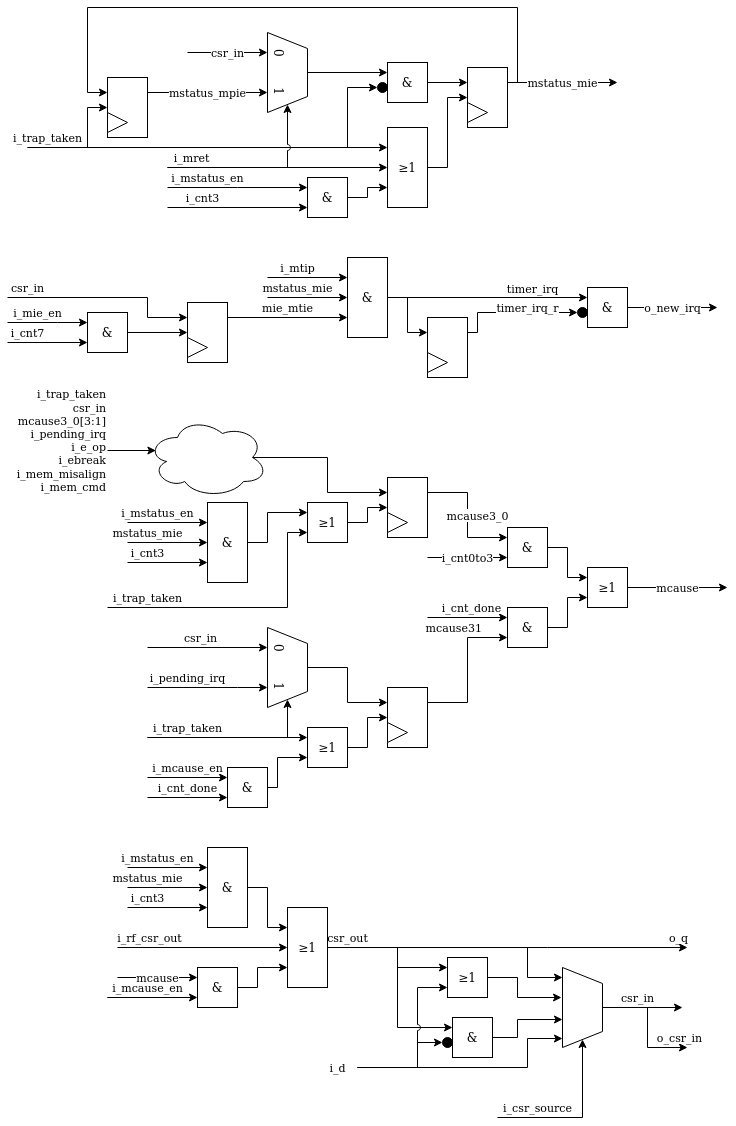
This is doc/serv_csr_int.png from olofk/serv, a draw.io export, as it was before one commit. Source tidied: cells renumbered, new cells last; positions are measured from the earlier drawing's top-left corner, leaving out a move shared by most shapes.
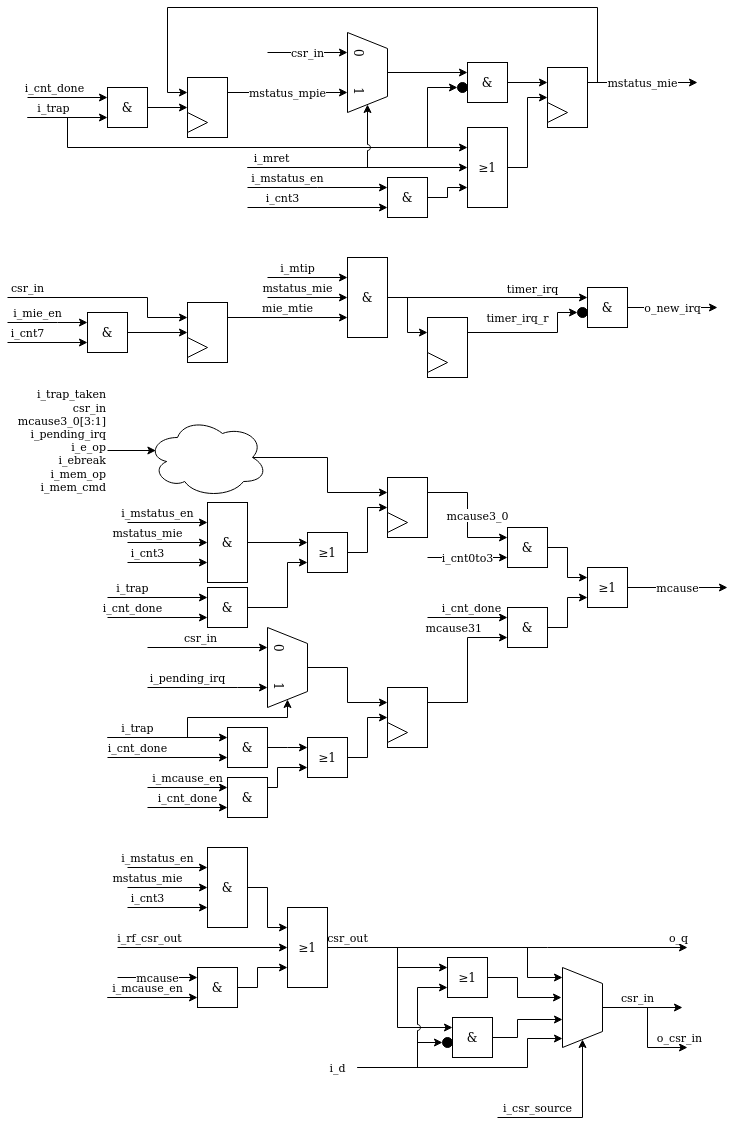
Above is the later version.

Commit message:
Simplify and document trap handling

Diff of the diagram source:
```diff
@@ -208,10 +208,10 @@
       <mxGeometry y="20" width="10" height="10" as="geometry" />
     </mxCell>
     <mxCell id="37" value="timer_irq_r" style="edgeStyle=orthogonalEdgeStyle;rounded=0;jettySize=auto;html=1;entryX=0;entryY=0.5;entryDx=0;entryDy=0;exitX=1;exitY=0.25;exitDx=0;exitDy=0;" parent="1" edge="1" source="55" target="36">
-      <mxGeometry x="0.23" y="5" relative="1" as="geometry">
+      <mxGeometry x="-0.23" y="15" relative="1" as="geometry">
         <Array as="points">
-          <mxPoint x="470" y="325" />
-          <mxPoint x="470" y="305" />
+          <mxPoint x="550" y="325" />
+          <mxPoint x="550" y="305" />
         </Array>
       </mxGeometry>
     </mxCell>
@@ -224,7 +224,7 @@
       </mxGeometry>
     </mxCell>
     <mxCell id="40" style="group;" parent="1" vertex="1">
-      <mxGeometry x="460" y="60" width="40" height="60" as="geometry" />
+      <mxGeometry x="540" y="60" width="40" height="60" as="geometry" />
     </mxCell>
     <mxCell id="41" style="rounded=0;whiteSpace=wrap;html=1;" parent="40" vertex="1">
       <mxGeometry width="40" height="60" as="geometry" />
@@ -234,12 +234,12 @@
     </mxCell>
     <mxCell id="43" value="mstatus_mie" style="edgeStyle=orthogonalEdgeStyle;rounded=0;jettySize=auto;html=1;exitX=1;exitY=0.25;exitDx=0;exitDy=0;" parent="1" edge="1" source="41">
       <mxGeometry relative="1" as="geometry">
-        <mxPoint x="610" y="75" as="targetPoint" />
+        <mxPoint x="690" y="75" as="targetPoint" />
       </mxGeometry>
     </mxCell>
     <mxCell id="44" value="i_mret" style="edgeStyle=orthogonalEdgeStyle;rounded=0;jumpStyle=arc;jettySize=auto;html=1;strokeWidth=1;entryX=0;entryY=0.5;entryDx=0;entryDy=0;" parent="1" edge="1" target="68">
       <mxGeometry x="-0.78" y="10" relative="1" as="geometry">
-        <mxPoint x="160" y="160" as="sourcePoint" />
+        <mxPoint x="240" y="160" as="sourcePoint" />
       </mxGeometry>
     </mxCell>
     <mxCell id="45" style="group;" parent="1" vertex="1">
@@ -294,7 +294,7 @@
       <mxGeometry y="35" width="20" height="20" as="geometry" />
     </mxCell>
     <mxCell id="57" style="group;" parent="1" vertex="1">
-      <mxGeometry x="100" y="70" width="40" height="60" as="geometry" />
+      <mxGeometry x="180" y="70" width="40" height="60" as="geometry" />
     </mxCell>
     <mxCell id="58" style="rounded=0;whiteSpace=wrap;html=1;" parent="57" vertex="1">
       <mxGeometry width="40" height="60" as="geometry" />
@@ -307,82 +307,86 @@
     </mxCell>
     <mxCell id="61" style="edgeStyle=orthogonalEdgeStyle;rounded=0;jettySize=auto;html=1;entryX=0;entryY=0.5;entryDx=0;entryDy=0;" parent="1" edge="1" target="76">
       <mxGeometry relative="1" as="geometry">
-        <mxPoint x="160" y="140" as="sourcePoint" />
+        <mxPoint x="240" y="140" as="sourcePoint" />
         <Array as="points">
-          <mxPoint x="340" y="140" />
-          <mxPoint x="340" y="80" />
+          <mxPoint x="420" y="140" />
+          <mxPoint x="420" y="80" />
         </Array>
       </mxGeometry>
     </mxCell>
     <mxCell id="62" style="edgeStyle=orthogonalEdgeStyle;rounded=0;jettySize=auto;html=1;exitX=1;exitY=0.5;exitDx=0;exitDy=0;entryX=0;entryY=0.25;entryDx=0;entryDy=0;" parent="1" edge="1" source="75" target="41">
       <mxGeometry relative="1" as="geometry" />
     </mxCell>
-    <mxCell id="63" value="i_trap_taken" style="edgeStyle=orthogonalEdgeStyle;rounded=0;jettySize=auto;html=1;entryX=0;entryY=0.25;entryDx=0;entryDy=0;" parent="1" edge="1" target="68">
+    <mxCell id="63" value="i_trap" style="edgeStyle=orthogonalEdgeStyle;rounded=0;jettySize=auto;html=1;entryX=0;entryY=0.25;entryDx=0;entryDy=0;" parent="1" edge="1" target="68">
       <mxGeometry x="-0.89" y="10" relative="1" as="geometry">
-        <mxPoint x="20" y="140" as="sourcePoint" />
+        <mxPoint x="20" y="110" as="sourcePoint" />
+        <Array as="points">
+          <mxPoint x="60" y="110" />
+          <mxPoint x="60" y="140" />
+        </Array>
       </mxGeometry>
     </mxCell>
     <mxCell id="64" value="i_mstatus_en" style="edgeStyle=orthogonalEdgeStyle;rounded=0;jettySize=auto;html=1;entryX=0;entryY=0.25;entryDx=0;entryDy=0;" parent="1" edge="1" target="70">
       <mxGeometry y="32" relative="1" as="geometry">
-        <mxPoint x="160" y="180" as="sourcePoint" />
+        <mxPoint x="240" y="180" as="sourcePoint" />
         <Array as="points">
-          <mxPoint x="230" y="180" />
-          <mxPoint x="230" y="180" />
+          <mxPoint x="310" y="180" />
+          <mxPoint x="310" y="180" />
         </Array>
         <mxPoint x="-30" y="22" as="offset" />
       </mxGeometry>
     </mxCell>
     <mxCell id="65" value="i_cnt3" style="edgeStyle=orthogonalEdgeStyle;rounded=0;jettySize=auto;html=1;entryX=0;entryY=0.75;entryDx=0;entryDy=0;" parent="1" edge="1" target="70">
       <mxGeometry x="-0.5" y="10" relative="1" as="geometry">
-        <mxPoint x="160" y="200" as="sourcePoint" />
+        <mxPoint x="240" y="200" as="sourcePoint" />
       </mxGeometry>
     </mxCell>
     <mxCell id="66" value="csr_in" style="edgeStyle=orthogonalEdgeStyle;rounded=0;jettySize=auto;html=1;entryX=0.25;entryY=1;entryDx=0;entryDy=0;" parent="1" edge="1" target="72">
       <mxGeometry relative="1" as="geometry">
-        <mxPoint x="180" y="45" as="sourcePoint" />
+        <mxPoint x="260" y="45" as="sourcePoint" />
         <Array as="points">
-          <mxPoint x="210" y="45" />
+          <mxPoint x="290" y="45" />
         </Array>
       </mxGeometry>
     </mxCell>
     <mxCell id="67" style="edgeStyle=orthogonalEdgeStyle;rounded=0;jettySize=auto;html=1;exitX=1;exitY=0.5;exitDx=0;exitDy=0;entryX=0;entryY=0.5;entryDx=0;entryDy=0;" parent="1" edge="1" source="68" target="41">
       <mxGeometry relative="1" as="geometry">
         <Array as="points">
-          <mxPoint x="440" y="160" />
-          <mxPoint x="440" y="90" />
+          <mxPoint x="520" y="160" />
+          <mxPoint x="520" y="90" />
         </Array>
       </mxGeometry>
     </mxCell>
     <mxCell id="68" value="≥1" style="rounded=0;whiteSpace=wrap;html=1;" parent="1" vertex="1">
-      <mxGeometry x="380" y="120" width="40" height="80" as="geometry" />
+      <mxGeometry x="460" y="120" width="40" height="80" as="geometry" />
     </mxCell>
     <mxCell id="69" style="edgeStyle=orthogonalEdgeStyle;rounded=0;jettySize=auto;html=1;exitX=1;exitY=0.5;exitDx=0;exitDy=0;entryX=0;entryY=0.75;entryDx=0;entryDy=0;" parent="1" edge="1" source="70" target="68">
       <mxGeometry relative="1" as="geometry">
         <Array as="points">
-          <mxPoint x="360" y="190" />
-          <mxPoint x="360" y="180" />
+          <mxPoint x="440" y="190" />
+          <mxPoint x="440" y="180" />
         </Array>
       </mxGeometry>
     </mxCell>
     <mxCell id="70" value="&amp;amp;" style="whiteSpace=wrap;html=1;" parent="1" vertex="1">
-      <mxGeometry x="300" y="170" width="40" height="40" as="geometry" />
+      <mxGeometry x="380" y="170" width="40" height="40" as="geometry" />
     </mxCell>
     <mxCell id="71" style="edgeStyle=orthogonalEdgeStyle;rounded=0;jettySize=auto;html=1;exitX=0.5;exitY=0;exitDx=0;exitDy=0;entryX=0;entryY=0.25;entryDx=0;entryDy=0;" parent="1" edge="1" source="72" target="75">
       <mxGeometry relative="1" as="geometry" />
     </mxCell>
     <mxCell id="72" value="&lt;div&gt;&lt;br&gt;&lt;/div&gt;&lt;div&gt;0&amp;nbsp;&amp;nbsp; &amp;nbsp;&amp;nbsp; &amp;nbsp; 1&lt;br&gt;&lt;/div&gt;" style="shape=trapezoid;perimeter=trapezoidPerimeter;whiteSpace=wrap;html=1;rotation=90;" parent="1" vertex="1">
-      <mxGeometry x="240" y="45" width="80" height="40" as="geometry" />
+      <mxGeometry x="320" y="45" width="80" height="40" as="geometry" />
     </mxCell>
     <mxCell id="73" style="edgeStyle=orthogonalEdgeStyle;rounded=0;jumpStyle=arc;jettySize=auto;html=1;strokeWidth=1;entryX=1;entryY=0.5;entryDx=0;entryDy=0;" parent="1" edge="1" target="72">
       <mxGeometry x="-0.12" y="10" relative="1" as="geometry">
-        <mxPoint x="160" y="160" as="sourcePoint" />
+        <mxPoint x="240" y="160" as="sourcePoint" />
         <Array as="points">
-          <mxPoint x="280" y="160" />
+          <mxPoint x="360" y="160" />
         </Array>
       </mxGeometry>
     </mxCell>
     <mxCell id="74" style="group;" parent="1" vertex="1">
-      <mxGeometry x="370" y="55" width="50" height="40" as="geometry" />
+      <mxGeometry x="450" y="55" width="50" height="40" as="geometry" />
     </mxCell>
     <mxCell id="75" value="&amp;amp;" style="whiteSpace=wrap;html=1;" parent="74" vertex="1">
       <mxGeometry x="10" width="40" height="40" as="geometry" />
@@ -390,22 +394,20 @@
     <mxCell id="76" style="ellipse;whiteSpace=wrap;html=1;fillColor=#000000;" parent="74" vertex="1">
       <mxGeometry y="20" width="10" height="10" as="geometry" />
     </mxCell>
-    <mxCell id="77" style="edgeStyle=orthogonalEdgeStyle;rounded=0;jettySize=auto;html=1;entryX=0;entryY=0.5;entryDx=0;entryDy=0;" parent="1" edge="1" target="58">
+    <mxCell id="77" style="edgeStyle=orthogonalEdgeStyle;rounded=0;jettySize=auto;html=1;entryX=0;entryY=0.5;entryDx=0;entryDy=0;exitX=1;exitY=0.5;exitDx=0;exitDy=0;" parent="1" edge="1" source="121" target="58">
       <mxGeometry x="-0.62" y="10" relative="1" as="geometry">
-        <mxPoint x="20" y="140" as="sourcePoint" />
         <Array as="points">
-          <mxPoint x="80" y="140" />
-          <mxPoint x="80" y="100" />
+          <mxPoint x="100" y="100" />
         </Array>
       </mxGeometry>
     </mxCell>
     <mxCell id="78" style="edgeStyle=orthogonalEdgeStyle;rounded=0;jettySize=auto;html=1;exitX=1;exitY=0.25;exitDx=0;exitDy=0;entryX=0;entryY=0.25;entryDx=0;entryDy=0;" parent="1" edge="1" source="41" target="58">
       <mxGeometry relative="1" as="geometry">
         <Array as="points">
-          <mxPoint x="510" y="75" />
-          <mxPoint x="510" />
-          <mxPoint x="80" />
-          <mxPoint x="80" y="85" />
+          <mxPoint x="590" y="75" />
+          <mxPoint x="590" />
+          <mxPoint x="160" />
+          <mxPoint x="160" y="85" />
         </Array>
       </mxGeometry>
     </mxCell>
@@ -449,12 +451,7 @@
       </mxGeometry>
     </mxCell>
     <mxCell id="89" style="edgeStyle=orthogonalEdgeStyle;rounded=0;jettySize=auto;html=1;exitX=1;exitY=0.5;exitDx=0;exitDy=0;entryX=0;entryY=0.25;entryDx=0;entryDy=0;" parent="1" edge="1" source="90" target="93">
-      <mxGeometry relative="1" as="geometry">
-        <Array as="points">
-          <mxPoint x="260" y="535" />
-          <mxPoint x="260" y="505" />
-        </Array>
-      </mxGeometry>
+      <mxGeometry relative="1" as="geometry" />
     </mxCell>
     <mxCell id="90" value="&amp;amp;" style="rounded=0;whiteSpace=wrap;html=1;" parent="1" vertex="1">
       <mxGeometry x="200" y="495" width="40" height="80" as="geometry" />
@@ -468,21 +465,20 @@
       <mxGeometry relative="1" as="geometry" />
     </mxCell>
     <mxCell id="93" value="≥1" style="whiteSpace=wrap;html=1;" parent="1" vertex="1">
-      <mxGeometry x="300" y="495" width="40" height="40" as="geometry" />
+      <mxGeometry x="300" y="525" width="40" height="40" as="geometry" />
     </mxCell>
-    <mxCell id="94" value="i_trap_taken" style="edgeStyle=orthogonalEdgeStyle;rounded=0;jettySize=auto;html=1;entryX=0;entryY=0.75;entryDx=0;entryDy=0;" parent="1" edge="1" target="93">
+    <mxCell id="94" style="edgeStyle=orthogonalEdgeStyle;rounded=0;jettySize=auto;html=1;entryX=0;entryY=0.75;entryDx=0;entryDy=0;exitX=1;exitY=0.5;exitDx=0;exitDy=0;" parent="1" edge="1" source="127" target="93">
       <mxGeometry x="0.38" y="140" relative="1" as="geometry">
-        <mxPoint x="100" y="600" as="sourcePoint" />
         <Array as="points">
           <mxPoint x="280" y="600" />
-          <mxPoint x="280" y="525" />
+          <mxPoint x="280" y="555" />
         </Array>
       </mxGeometry>
     </mxCell>
     <mxCell id="95" value="mcause3_0" style="edgeStyle=orthogonalEdgeStyle;rounded=0;jettySize=auto;html=1;exitX=1;exitY=0.25;exitDx=0;exitDy=0;entryX=0;entryY=0.25;entryDx=0;entryDy=0;" parent="1" edge="1" source="83" target="118">
       <mxGeometry y="10" relative="1" as="geometry" />
     </mxCell>
-    <mxCell id="96" value="&lt;div&gt;i_trap_taken&lt;/div&gt;&lt;div&gt;csr_in&lt;/div&gt;&lt;div&gt;mcause3_0[3:1]&lt;/div&gt;&lt;div&gt;i_pending_irq&lt;/div&gt;&lt;div&gt;i_e_op&lt;/div&gt;&lt;div&gt;i_ebreak&lt;/div&gt;&lt;div&gt;i_mem_misalign&lt;/div&gt;&lt;div&gt;i_mem_cmd&lt;br&gt;&lt;/div&gt;" style="edgeStyle=orthogonalEdgeStyle;rounded=0;orthogonalLoop=1;jettySize=auto;html=1;entryX=0.07;entryY=0.4;entryDx=0;entryDy=0;entryPerimeter=0;align=right;" parent="1" edge="1">
+    <mxCell id="96" value="&lt;div&gt;i_trap_taken&lt;/div&gt;&lt;div&gt;csr_in&lt;/div&gt;&lt;div&gt;mcause3_0[3:1]&lt;/div&gt;&lt;div&gt;i_pending_irq&lt;/div&gt;&lt;div&gt;i_e_op&lt;/div&gt;&lt;div&gt;i_ebreak&lt;/div&gt;&lt;div&gt;i_mem_op&lt;/div&gt;&lt;div&gt;i_mem_cmd&lt;br&gt;&lt;/div&gt;" style="edgeStyle=orthogonalEdgeStyle;rounded=0;orthogonalLoop=1;jettySize=auto;html=1;entryX=0.07;entryY=0.4;entryDx=0;entryDy=0;entryPerimeter=0;align=right;" parent="1" edge="1">
       <mxGeometry x="-1" y="10" relative="1" as="geometry">
         <mxPoint x="100" y="443" as="sourcePoint" />
         <mxPoint x="148.4" y="443" as="targetPoint" />
@@ -492,36 +488,40 @@
       <mxGeometry relative="1" as="geometry" />
     </mxCell>
     <mxCell id="98" value="≥1" style="whiteSpace=wrap;html=1;" parent="1" vertex="1">
-      <mxGeometry x="300" y="720" width="40" height="40" as="geometry" />
+      <mxGeometry x="300" y="730" width="40" height="40" as="geometry" />
     </mxCell>
     <mxCell id="99" style="edgeStyle=orthogonalEdgeStyle;rounded=0;jettySize=auto;html=1;exitX=1;exitY=0.5;exitDx=0;exitDy=0;entryX=0;entryY=0.75;entryDx=0;entryDy=0;align=right;" parent="1" edge="1" source="100" target="98">
       <mxGeometry relative="1" as="geometry">
         <Array as="points">
+          <mxPoint x="260" y="780" />
           <mxPoint x="270" y="780" />
-          <mxPoint x="270" y="750" />
+          <mxPoint x="270" y="760" />
         </Array>
       </mxGeometry>
     </mxCell>
     <mxCell id="100" value="&amp;amp;" style="whiteSpace=wrap;html=1;" parent="1" vertex="1">
-      <mxGeometry x="220" y="760" width="40" height="40" as="geometry" />
+      <mxGeometry x="220" y="770" width="40" height="40" as="geometry" />
     </mxCell>
     <mxCell id="101" value="i_mcause_en" style="edgeStyle=orthogonalEdgeStyle;rounded=0;jettySize=auto;html=1;entryX=0;entryY=0.25;entryDx=0;entryDy=0;jumpStyle=arc;" parent="1" edge="1" target="100">
       <mxGeometry y="10" relative="1" as="geometry">
-        <mxPoint x="140" y="770" as="sourcePoint" />
+        <mxPoint x="140" y="780" as="sourcePoint" />
       </mxGeometry>
     </mxCell>
     <mxCell id="102" value="i_cnt_done" style="edgeStyle=orthogonalEdgeStyle;rounded=0;jettySize=auto;html=1;entryX=0;entryY=0.75;entryDx=0;entryDy=0;jumpStyle=arc;" parent="1" edge="1" target="100">
       <mxGeometry y="10" relative="1" as="geometry">
-        <mxPoint x="140" y="790" as="sourcePoint" />
+        <mxPoint x="140" y="800" as="sourcePoint" />
         <Array as="points">
-          <mxPoint x="180" y="790" />
-          <mxPoint x="180" y="790" />
+          <mxPoint x="180" y="800" />
+          <mxPoint x="180" y="800" />
         </Array>
       </mxGeometry>
     </mxCell>
-    <mxCell id="103" value="i_trap_taken" style="edgeStyle=orthogonalEdgeStyle;rounded=0;jettySize=auto;html=1;entryX=0;entryY=0.25;entryDx=0;entryDy=0;" parent="1" edge="1" target="98">
+    <mxCell id="103" style="edgeStyle=orthogonalEdgeStyle;rounded=0;jettySize=auto;html=1;entryX=0;entryY=0.25;entryDx=0;entryDy=0;exitX=1;exitY=0.5;exitDx=0;exitDy=0;" parent="1" edge="1" source="123" target="98">
       <mxGeometry x="-0.5" y="10" relative="1" as="geometry">
-        <mxPoint x="140" y="730" as="sourcePoint" />
+        <Array as="points">
+          <mxPoint x="280" y="740" />
+          <mxPoint x="280" y="740" />
+        </Array>
       </mxGeometry>
     </mxCell>
     <mxCell id="104" style="group;" parent="1" vertex="1">
@@ -541,7 +541,12 @@
     </mxCell>
     <mxCell id="109" style="edgeStyle=orthogonalEdgeStyle;rounded=0;jettySize=auto;html=1;entryX=1;entryY=0.5;entryDx=0;entryDy=0;" parent="1" edge="1" target="108">
       <mxGeometry x="-0.5" y="10" relative="1" as="geometry">
-        <mxPoint x="140" y="730" as="sourcePoint" />
+        <mxPoint x="100" y="730" as="sourcePoint" />
+        <Array as="points">
+          <mxPoint x="180" y="730" />
+          <mxPoint x="180" y="710" />
+          <mxPoint x="280" y="710" />
+        </Array>
       </mxGeometry>
     </mxCell>
     <mxCell id="110" value="i_pending_irq" style="edgeStyle=orthogonalEdgeStyle;rounded=0;jettySize=auto;html=1;entryX=0.75;entryY=1;entryDx=0;entryDy=0;" parent="1" edge="1" target="108">
@@ -597,5 +602,44 @@
         <mxPoint x="420" y="610" as="sourcePoint" />
       </mxGeometry>
     </mxCell>
+    <mxCell id="121" value="&amp;amp;" style="whiteSpace=wrap;html=1;" parent="1" vertex="1">
+      <mxGeometry x="100" y="80" width="40" height="40" as="geometry" />
+    </mxCell>
+    <mxCell id="122" value="i_cnt_done" style="edgeStyle=orthogonalEdgeStyle;rounded=0;jettySize=auto;html=1;entryX=0;entryY=0.25;entryDx=0;entryDy=0;" parent="1" edge="1" target="121">
+      <mxGeometry x="-0.33" y="10" relative="1" as="geometry">
+        <mxPoint x="20" y="90" as="sourcePoint" />
+      </mxGeometry>
+    </mxCell>
+    <mxCell id="123" value="&amp;amp;" style="whiteSpace=wrap;html=1;" parent="1" vertex="1">
+      <mxGeometry x="220" y="720" width="40" height="40" as="geometry" />
+    </mxCell>
+    <mxCell id="124" value="i_trap" style="edgeStyle=orthogonalEdgeStyle;rounded=0;jettySize=auto;html=1;entryX=0;entryY=0.25;entryDx=0;entryDy=0;" parent="1" edge="1" target="123">
+      <mxGeometry x="-0.5" y="10" relative="1" as="geometry">
+        <mxPoint x="100" y="730" as="sourcePoint" />
+      </mxGeometry>
+    </mxCell>
+    <mxCell id="125" value="i_cnt_done" style="edgeStyle=orthogonalEdgeStyle;rounded=0;jettySize=auto;html=1;entryX=0;entryY=0.75;entryDx=0;entryDy=0;" parent="1" edge="1" target="123">
+      <mxGeometry x="-0.5" y="10" relative="1" as="geometry">
+        <mxPoint x="100" y="750" as="sourcePoint" />
+      </mxGeometry>
+    </mxCell>
+    <mxCell id="126" style="edgeStyle=orthogonalEdgeStyle;rounded=0;jettySize=auto;html=1;entryX=0;entryY=0.75;entryDx=0;entryDy=0;" parent="1" edge="1" target="121">
+      <mxGeometry x="-0.62" y="10" relative="1" as="geometry">
+        <mxPoint x="20" y="110" as="sourcePoint" />
+      </mxGeometry>
+    </mxCell>
+    <mxCell id="127" value="&amp;amp;" style="whiteSpace=wrap;html=1;" parent="1" vertex="1">
+      <mxGeometry x="200" y="580" width="40" height="40" as="geometry" />
+    </mxCell>
+    <mxCell id="128" value="i_cnt_done" style="edgeStyle=orthogonalEdgeStyle;rounded=0;jettySize=auto;html=1;entryX=0;entryY=0.75;entryDx=0;entryDy=0;" parent="1" edge="1" target="127">
+      <mxGeometry x="-0.5" y="10" relative="1" as="geometry">
+        <mxPoint x="100" y="610" as="sourcePoint" />
+      </mxGeometry>
+    </mxCell>
+    <mxCell id="129" value="i_trap" style="edgeStyle=orthogonalEdgeStyle;rounded=0;jettySize=auto;html=1;entryX=0;entryY=0.25;entryDx=0;entryDy=0;" parent="1" edge="1" target="127">
+      <mxGeometry x="-0.5" y="10" relative="1" as="geometry">
+        <mxPoint x="100" y="590" as="sourcePoint" />
+      </mxGeometry>
+    </mxCell>
   </root>
 </mxGraphModel>
```
